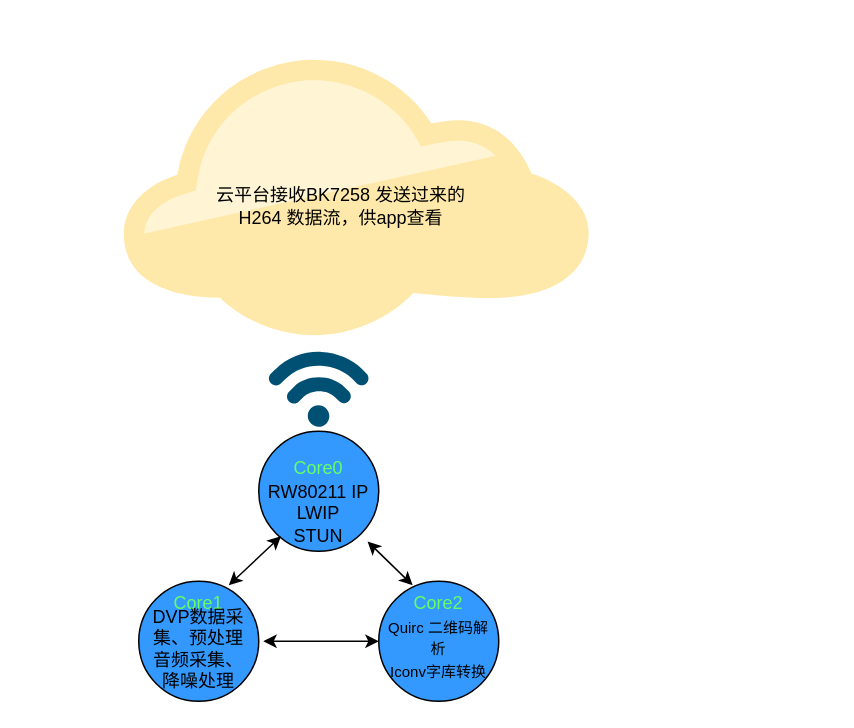
This is 未命名绘图.drawio from shiyichuan/gitpage_test, a draw.io file, before an edit. Source tidied: cells renumbered, new cells numbered last; positions are measured from the earlier drawing's top-left corner, leaving out a move shared by most shapes. Both pictures are drawn from the tidied source at 150%, with x=0, y=0 at pixel (123, 56).
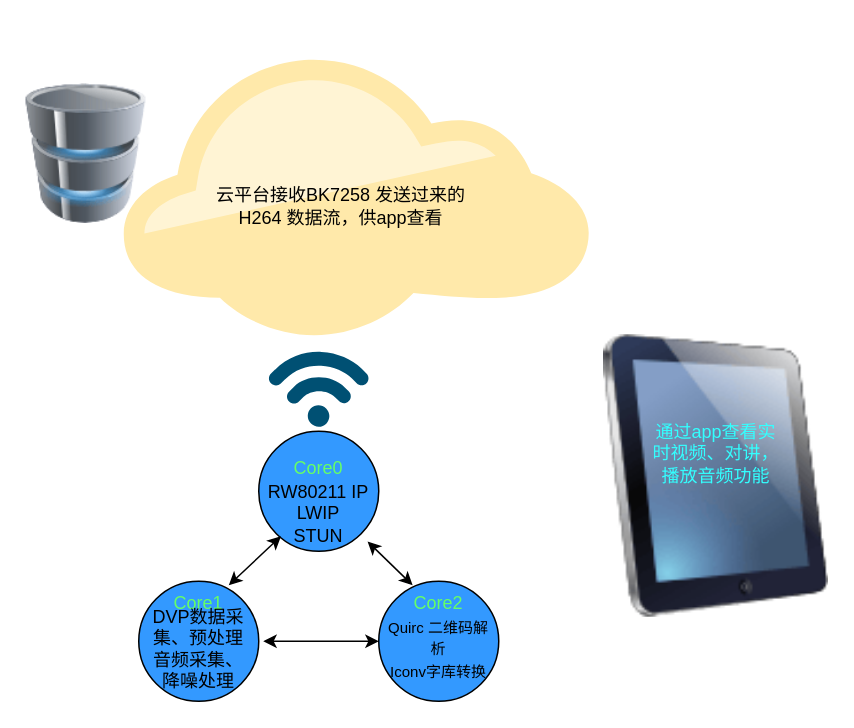
The same diagram, later.

Diff of the diagram source:
```diff
@@
+    <mxCell id="17" style="image;html=1;image=img/lib/clip_art/computers/Database_128x128.png;" parent="1" vertex="1">
+      <mxGeometry x="-65" y="-20" width="80" height="170" as="geometry" />
+    </mxCell>
+    <mxCell id="18" style="image;html=1;image=img/lib/clip_art/computers/iPad_128x128.png;" parent="1" vertex="1">
+      <mxGeometry x="320" y="150" width="150" height="260" as="geometry" />
+    </mxCell>
+    <mxCell id="19" value="&lt;font style=&quot;color: rgb(51, 255, 255);&quot;&gt;通过app查看实时视频、对讲，播放音频功能&lt;/font&gt;" style="text;html=1;whiteSpace=wrap;strokeColor=none;fillColor=none;align=center;verticalAlign=middle;rounded=0;" parent="1" vertex="1">
+      <mxGeometry x="350" y="250" width="90" height="30" as="geometry" />
+    </mxCell>
```
